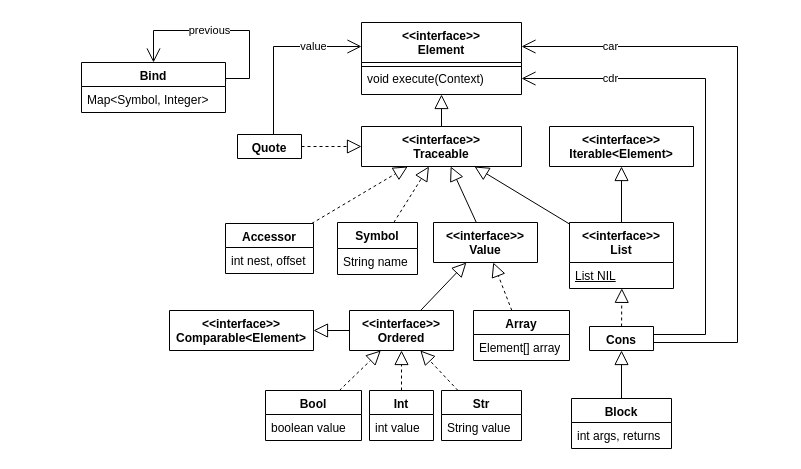
Earlier version of the draw.io diagram doc/qstack.drawio (saka1029/qstack). Source tidied: cells renumbered, new cells numbered last; positions are measured from the earlier drawing's top-left corner, leaving out a move shared by most shapes. Both pictures are drawn from the tidied source at 100%, with x=0, y=0 at pixel (81, 22).
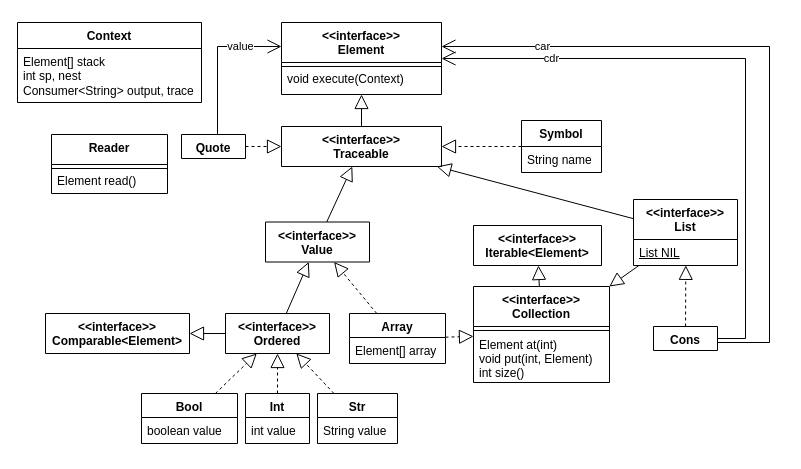
Above is the later version.

Diff of the diagram source:
```diff
@@
     <mxCell id="2" value="&lt;&lt;interface&gt;&gt;&#10;Element" style="swimlane;fontStyle=1;align=center;verticalAlign=top;horizontal=1;startSize=40;rounded=0;shadow=0;strokeWidth=1;" parent="1" vertex="1">
-      <mxGeometry x="280" width="160" height="72" as="geometry" />
+      <mxGeometry x="200" width="160" height="72" as="geometry" />
     </mxCell>
@@
     <mxCell id="5" value="&lt;&lt;interface&gt;&gt;&#10;Traceable" style="swimlane;fontStyle=1;align=center;verticalAlign=top;horizontal=1;startSize=40;rounded=0;shadow=0;strokeWidth=1;" parent="1" vertex="1">
-      <mxGeometry x="280" y="104" width="160" height="40" as="geometry" />
+      <mxGeometry x="200" y="104" width="160" height="40" as="geometry" />
     </mxCell>
@@
     <mxCell id="7" value="&amp;lt;&amp;lt;interface&amp;gt;&amp;gt;&lt;br&gt;Value" style="swimlane;fontStyle=1;align=center;verticalAlign=top;horizontal=1;startSize=48;whiteSpace=wrap;html=1;" parent="1" vertex="1">
-      <mxGeometry x="352" y="200" width="104" height="40" as="geometry" />
+      <mxGeometry x="184" y="199.5" width="104" height="40" as="geometry" />
     </mxCell>
     <mxCell id="8" value="Symbol" style="swimlane;fontStyle=1;align=center;verticalAlign=top;horizontal=1;startSize=26;whiteSpace=wrap;html=1;" parent="1" vertex="1">
-      <mxGeometry x="256" y="200" width="80" height="52" as="geometry" />
+      <mxGeometry x="440" y="98" width="80" height="52" as="geometry" />
     </mxCell>
@@
     <mxCell id="11" value="Quote" style="swimlane;fontStyle=1;align=center;verticalAlign=top;horizontal=1;startSize=34;whiteSpace=wrap;html=1;" parent="1" vertex="1">
-      <mxGeometry x="156" y="112" width="64" height="24" as="geometry" />
+      <mxGeometry x="100" y="112" width="64" height="24" as="geometry" />
     </mxCell>
     <mxCell id="12" value="Array" style="swimlane;fontStyle=1;align=center;verticalAlign=top;horizontal=1;startSize=24;whiteSpace=wrap;html=1;" parent="1" vertex="1">
-      <mxGeometry x="392" y="288" width="96" height="50" as="geometry" />
+      <mxGeometry x="268" y="291" width="96" height="50" as="geometry" />
     </mxCell>
@@
     <mxCell id="14" value="Bool" style="swimlane;fontStyle=1;align=center;verticalAlign=top;horizontal=1;startSize=24;whiteSpace=wrap;html=1;" parent="1" vertex="1">
-      <mxGeometry x="184" y="368" width="96" height="50" as="geometry" />
+      <mxGeometry x="60" y="371" width="96" height="50" as="geometry" />
     </mxCell>
@@
     <mxCell id="17" value="&lt;&lt;interface&gt;&gt;&#10;Ordered" style="swimlane;fontStyle=1;align=center;verticalAlign=top;horizontal=1;startSize=40;rounded=0;shadow=0;strokeWidth=1;" parent="1" vertex="1">
-      <mxGeometry x="268" y="288" width="104" height="40" as="geometry" />
+      <mxGeometry x="144" y="291" width="104" height="40" as="geometry" />
     </mxCell>
@@
     <mxCell id="19" value="Int" style="swimlane;fontStyle=1;align=center;verticalAlign=top;horizontal=1;startSize=24;whiteSpace=wrap;html=1;" parent="1" vertex="1">
-      <mxGeometry x="288" y="368" width="64" height="50" as="geometry" />
+      <mxGeometry x="164" y="371" width="64" height="50" as="geometry" />
     </mxCell>
@@
     <mxCell id="21" value="Str" style="swimlane;fontStyle=1;align=center;verticalAlign=top;horizontal=1;startSize=24;whiteSpace=wrap;html=1;" parent="1" vertex="1">
-      <mxGeometry x="360" y="368" width="80" height="50" as="geometry" />
+      <mxGeometry x="236" y="371" width="80" height="50" as="geometry" />
     </mxCell>
@@
     <mxCell id="28" value="value" style="endArrow=open;html=1;endSize=12;startArrow=none;startSize=14;startFill=0;edgeStyle=orthogonalEdgeStyle;rounded=0;" parent="1" edge="1" source="11" target="2">
       <mxGeometry x="0.46" relative="1" as="geometry">
         <Array as="points">
-          <mxPoint x="192" y="24" />
+          <mxPoint x="136" y="24" />
         </Array>
       </mxGeometry>
     </mxCell>
     <mxCell id="29" value="&lt;&lt;interface&gt;&gt;&#10;List" style="swimlane;fontStyle=1;align=center;verticalAlign=top;horizontal=1;startSize=40;rounded=0;shadow=0;strokeWidth=1;" parent="1" vertex="1">
-      <mxGeometry x="488" y="200" width="104" height="66" as="geometry" />
+      <mxGeometry x="552" y="177" width="104" height="66" as="geometry" />
     </mxCell>
@@
     <mxCell id="32" value="Cons" style="swimlane;fontStyle=1;align=center;verticalAlign=top;horizontal=1;startSize=34;whiteSpace=wrap;html=1;" parent="1" vertex="1">
-      <mxGeometry x="508" y="304" width="64" height="24" as="geometry" />
+      <mxGeometry x="572" y="304" width="64" height="24" as="geometry" />
     </mxCell>
@@
     <mxCell id="34" value="cdr" style="endArrow=open;html=1;endSize=12;startArrow=none;startSize=14;startFill=0;edgeStyle=orthogonalEdgeStyle;rounded=0;" parent="1" edge="1" source="32" target="2">
       <mxGeometry x="0.64" relative="1" as="geometry">
         <Array as="points">
-          <mxPoint x="624" y="312" />
-          <mxPoint x="624" y="56" />
+          <mxPoint x="664" y="316" />
+          <mxPoint x="664" y="36" />
         </Array>
       </mxGeometry>
     </mxCell>
     <mxCell id="35" value="car" style="endArrow=open;html=1;endSize=12;startArrow=none;startSize=14;startFill=0;edgeStyle=orthogonalEdgeStyle;rounded=0;" parent="1" edge="1" source="32" target="2">
       <mxGeometry x="0.7" relative="1" as="geometry">
         <Array as="points">
-          <mxPoint x="656" y="320" />
-          <mxPoint x="656" y="24" />
+          <mxPoint x="688" y="320" />
+          <mxPoint x="688" y="24" />
         </Array>
       </mxGeometry>
     </mxCell>
-    <mxCell id="36" value="Block" style="swimlane;fontStyle=1;align=center;verticalAlign=top;horizontal=1;startSize=24;whiteSpace=wrap;html=1;" parent="1" vertex="1">
-      <mxGeometry x="490" y="376" width="100" height="50" as="geometry" />
-    </mxCell>
-    <mxCell id="37" value="int args, returns" style="text;strokeColor=none;fillColor=none;align=left;verticalAlign=top;spacingLeft=4;spacingRight=4;overflow=hidden;whiteSpace=wrap;html=1;" parent="36" vertex="1">
-      <mxGeometry y="24" width="100" height="26" as="geometry" />
-    </mxCell>
-    <mxCell id="38" style="endArrow=block;endSize=12;endFill=0;html=1;rounded=0;" parent="1" edge="1" source="36" target="32">
-      <mxGeometry x="-1" y="-11" relative="1" as="geometry">
-        <mxPoint x="-4" y="6" as="offset" />
-      </mxGeometry>
-    </mxCell>
     <mxCell id="39" value="&lt;&lt;interface&gt;&gt;&#10;Iterable&lt;Element&gt;" style="swimlane;fontStyle=1;align=center;verticalAlign=top;horizontal=1;startSize=40;rounded=0;shadow=0;strokeWidth=1;" parent="1" vertex="1">
-      <mxGeometry x="468" y="104" width="144" height="40" as="geometry" />
+      <mxGeometry x="392" y="203" width="128" height="40" as="geometry" />
     </mxCell>
-    <mxCell id="40" style="endArrow=block;endSize=12;endFill=0;html=1;rounded=0;" parent="1" edge="1" source="29" target="39">
+    <mxCell id="40" style="endArrow=block;endSize=12;endFill=0;html=1;rounded=0;" parent="1" edge="1" source="54" target="39">
       <mxGeometry x="-1" y="-11" relative="1" as="geometry">
         <mxPoint x="-4" y="6" as="offset" />
       </mxGeometry>
     </mxCell>
     <mxCell id="41" value="&lt;&lt;interface&gt;&gt;&#10;Comparable&lt;Element&gt;" style="swimlane;fontStyle=1;align=center;verticalAlign=top;horizontal=1;startSize=40;rounded=0;shadow=0;strokeWidth=1;" parent="1" vertex="1">
-      <mxGeometry x="88" y="288" width="144" height="40" as="geometry" />
+      <mxGeometry x="-36" y="291" width="144" height="40" as="geometry" />
     </mxCell>
@@
-    <mxCell id="43" value="Accessor" style="swimlane;fontStyle=1;align=center;verticalAlign=top;horizontal=1;startSize=24;whiteSpace=wrap;html=1;" parent="1" vertex="1">
-      <mxGeometry x="144" y="201" width="88" height="50" as="geometry" />
-    </mxCell>
-    <mxCell id="44" value="int nest, offset" style="text;strokeColor=none;fillColor=none;align=left;verticalAlign=top;spacingLeft=4;spacingRight=4;overflow=hidden;whiteSpace=wrap;html=1;" parent="43" vertex="1">
-      <mxGeometry y="24" width="88" height="26" as="geometry" />
-    </mxCell>
-    <mxCell id="45" style="endArrow=block;dashed=1;endFill=0;endSize=12;html=1;rounded=0;" parent="1" edge="1" source="43" target="5">
-      <mxGeometry relative="1" as="geometry" />
-    </mxCell>
-    <mxCell id="46" value="Bind" style="swimlane;fontStyle=1;align=center;verticalAlign=top;horizontal=1;startSize=24;whiteSpace=wrap;html=1;" parent="1" vertex="1">
-      <mxGeometry y="40" width="144" height="50" as="geometry" />
-    </mxCell>
-    <mxCell id="47" value="Map&amp;lt;Symbol, Integer&amp;gt;" style="text;strokeColor=none;fillColor=none;align=left;verticalAlign=top;spacingLeft=4;spacingRight=4;overflow=hidden;whiteSpace=wrap;html=1;" parent="46" vertex="1">
-      <mxGeometry y="24" width="144" height="26" as="geometry" />
-    </mxCell>
-    <mxCell id="48" value="previous" style="endArrow=open;html=1;endSize=12;startArrow=none;startSize=14;startFill=0;edgeStyle=orthogonalEdgeStyle;rounded=0;exitX=1.001;exitY=0.371;exitDx=0;exitDy=0;exitPerimeter=0;entryX=0.5;entryY=0;entryDx=0;entryDy=0;" parent="1" edge="1" source="46" target="46">
-      <mxGeometry x="0.13" relative="1" as="geometry">
-        <Array as="points">
-          <mxPoint x="144" y="56" />
-          <mxPoint x="168" y="56" />
-          <mxPoint x="168" y="8" />
-          <mxPoint x="72" y="8" />
-        </Array>
-      </mxGeometry>
-    </mxCell>
+    <mxCell id="49" value="Context" style="swimlane;fontStyle=1;align=center;verticalAlign=top;horizontal=1;startSize=26;whiteSpace=wrap;html=1;" parent="1" vertex="1">
+      <mxGeometry x="-64" width="184" height="80" as="geometry" />
+    </mxCell>
+    <mxCell id="50" value="Element[] stack&lt;br&gt;int sp, nest&lt;br&gt;Consumer&amp;lt;String&amp;gt; output, trace" style="text;strokeColor=none;fillColor=none;align=left;verticalAlign=top;spacingLeft=4;spacingRight=4;overflow=hidden;whiteSpace=wrap;html=1;" parent="49" vertex="1">
+      <mxGeometry y="26" width="184" height="54" as="geometry" />
+    </mxCell>
+    <mxCell id="51" value="Reader" style="swimlane;fontStyle=1;align=center;verticalAlign=top;horizontal=1;startSize=30;rounded=0;shadow=0;strokeWidth=1;" parent="1" vertex="1">
+      <mxGeometry x="-30" y="112" width="116" height="59" as="geometry" />
+    </mxCell>
+    <mxCell id="52" style="line;html=1;strokeWidth=1;align=left;verticalAlign=middle;spacingTop=-1;spacingLeft=3;spacingRight=3;labelPosition=right;" parent="51" vertex="1">
+      <mxGeometry y="30" width="116" height="8" as="geometry" />
+    </mxCell>
+    <mxCell id="53" value="Element read()" style="text;align=left;verticalAlign=middle;spacingLeft=4;spacingRight=4;overflow=hidden;" parent="51" vertex="1">
+      <mxGeometry y="38" width="116" height="16" as="geometry" />
+    </mxCell>
+    <mxCell id="54" value="&lt;&lt;interface&gt;&gt;&#10;Collection" style="swimlane;fontStyle=1;align=center;verticalAlign=top;horizontal=1;startSize=40;rounded=0;shadow=0;strokeWidth=1;" parent="1" vertex="1">
+      <mxGeometry x="392" y="264" width="136" height="96" as="geometry" />
+    </mxCell>
+    <mxCell id="55" style="line;html=1;strokeWidth=1;align=left;verticalAlign=middle;spacingTop=-1;spacingLeft=3;spacingRight=3;labelPosition=right;" parent="54" vertex="1">
+      <mxGeometry y="40" width="136" height="8" as="geometry" />
+    </mxCell>
+    <mxCell id="56" value="Element at(int)&#10;void put(int, Element)&#10;int size()" style="text;align=left;verticalAlign=middle;spacingLeft=4;spacingRight=4;overflow=hidden;" parent="54" vertex="1">
+      <mxGeometry y="48" width="136" height="48" as="geometry" />
+    </mxCell>
+    <mxCell id="57" style="endArrow=block;endSize=12;endFill=0;html=1;rounded=0;" parent="1" edge="1" source="29" target="54">
+      <mxGeometry x="-1" y="-11" relative="1" as="geometry">
+        <mxPoint x="-4" y="6" as="offset" />
+      </mxGeometry>
+    </mxCell>
+    <mxCell id="58" style="endArrow=block;dashed=1;endFill=0;endSize=12;html=1;rounded=0;" parent="1" edge="1" source="12" target="54">
+      <mxGeometry relative="1" as="geometry" />
+    </mxCell>
```
